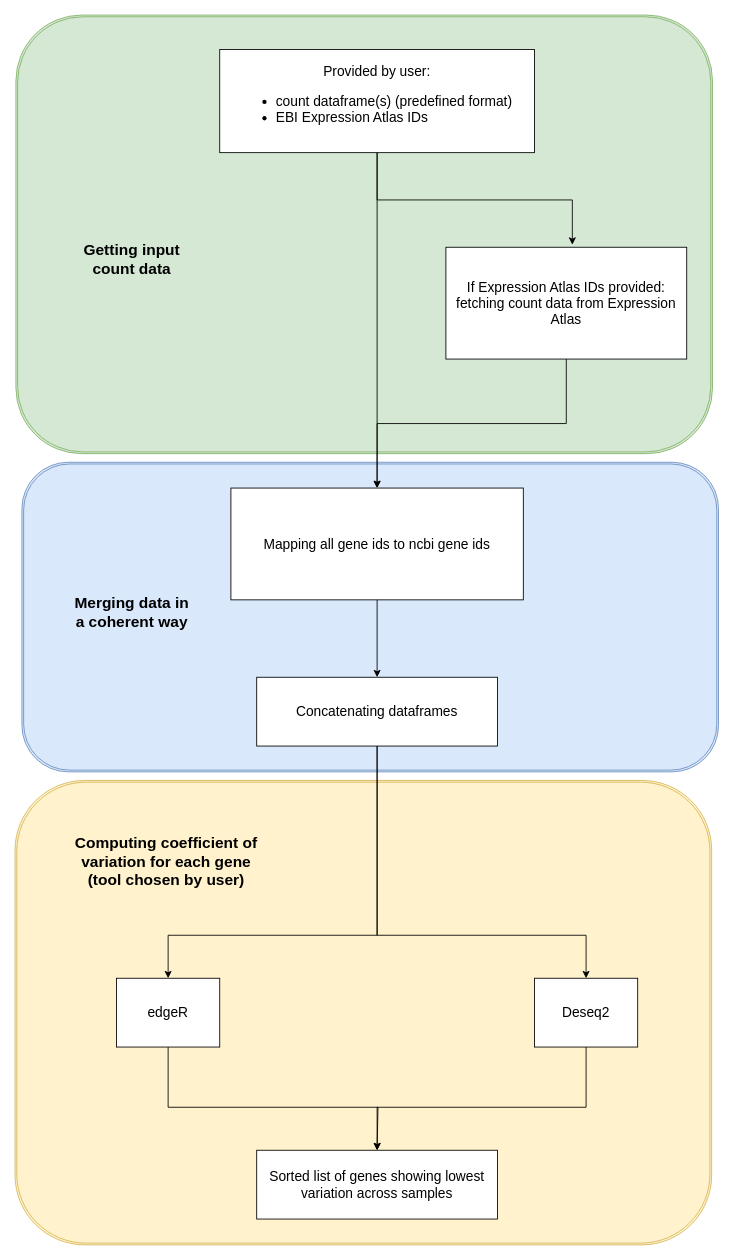
Above: Diagramme sans nom.drawio in OlivierCoen/housekeeping_genes_test (draw.io), before the change. Source tidied: cells renumbered, new cells numbered last; positions are measured from the earlier drawing's top-left corner, leaving out a move shared by most shapes. Both pictures are drawn from the tidied source at 86%, with x=0, y=0 at pixel (15, 15).
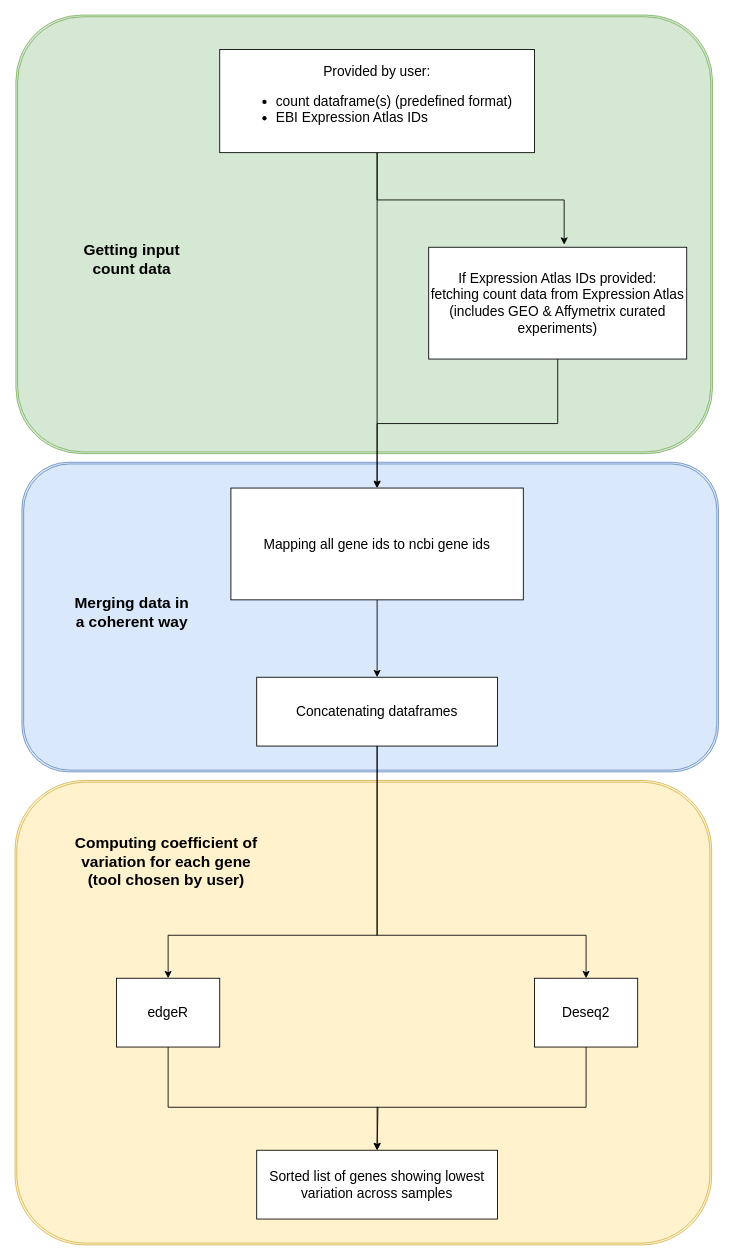
The same page after the edit.

Commit message:
Mettre à jour Diagramme sans nom.drawio

The edit, as a diff of the source:
```diff
@@
-    <mxCell id="6" value="If Expression Atlas IDs provided: &lt;br&gt;fetching count data from Expression Atlas" style="rounded=0;whiteSpace=wrap;html=1;fontSize=16;" parent="1" vertex="1">
-      <mxGeometry x="501" y="270" width="280" height="130" as="geometry" />
+    <mxCell id="6" value="If Expression Atlas IDs provided: &lt;br&gt;fetching count data from Expression Atlas &lt;br&gt;(includes GEO &amp;amp; Affymetrix curated experiments)" style="rounded=0;whiteSpace=wrap;html=1;fontSize=16;" parent="1" vertex="1">
+      <mxGeometry x="481" y="270" width="300" height="130" as="geometry" />
     </mxCell>
```
